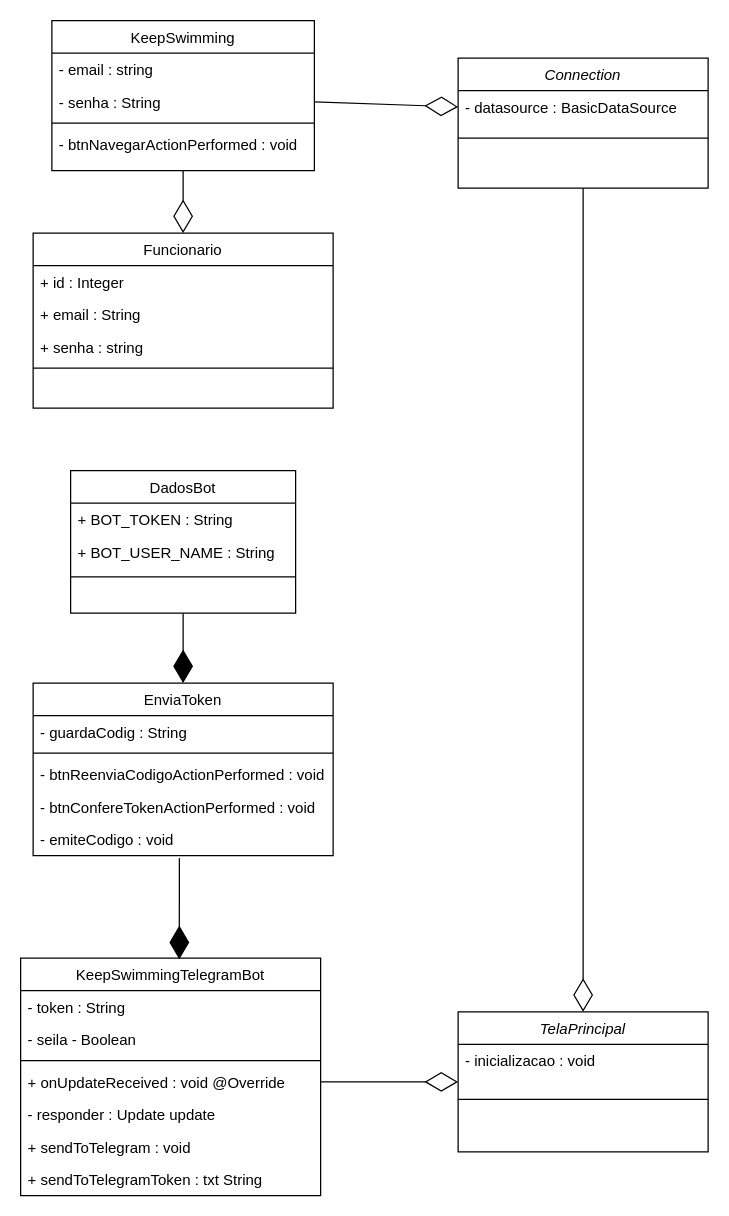
Above: documentaçao/keepSwimming.drawio in NetoOSantos/Keep-Swimming (draw.io), before the change. Source tidied: cells renumbered, new cells numbered last; positions are measured from the earlier drawing's top-left corner, leaving out a move shared by most shapes. Both pictures are drawn from the tidied source at 125%, with x=0, y=0 at pixel (20, 20).
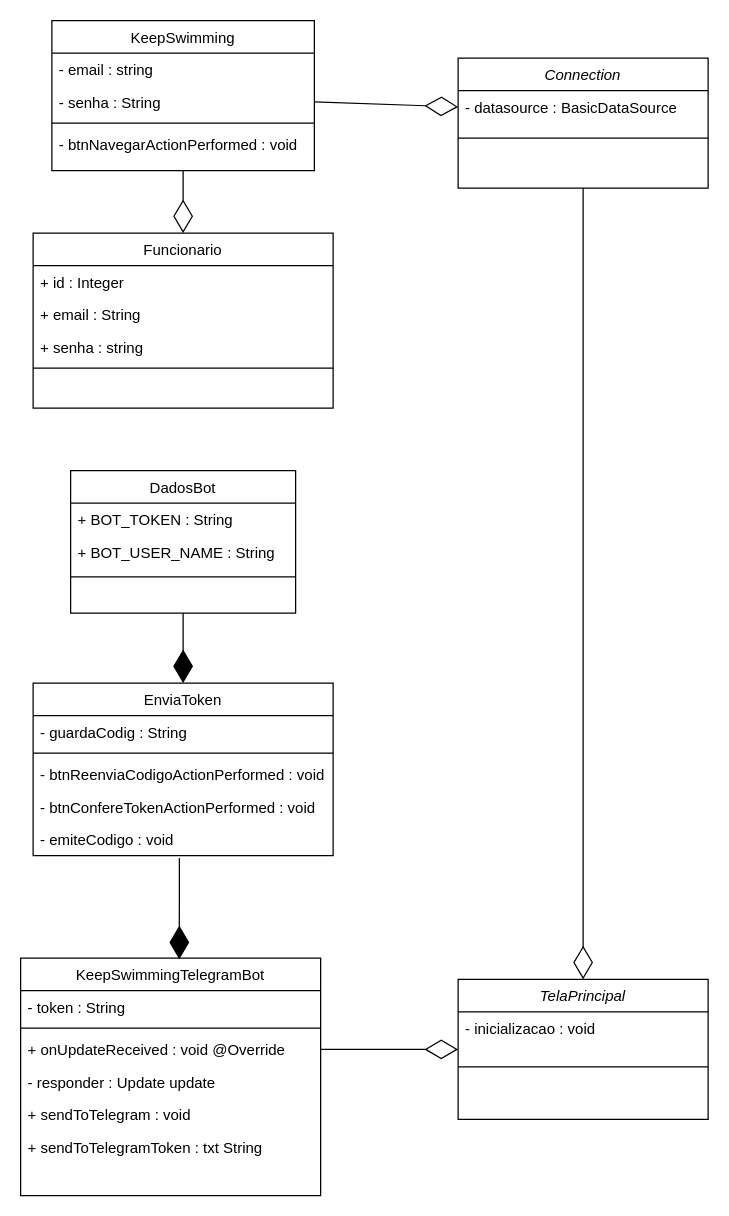
Above is the later version.

The change refers to these unchanged cells:
```xml
<mxCell id="25" value="KeepSwimmingTelegramBot" style="swimlane;fontStyle=0;align=center;verticalAlign=top;horizontal=1;startSize=26;rounded=0;shadow=0;strokeWidth=1;" parent="1" vertex="1">
  <mxGeometry y="750" width="240" height="190" as="geometry" />
</mxCell>
```

What changed in the source:
```diff
@@
-    <mxCell id="27" value="- seila - Boolean" style="text;align=left;verticalAlign=top;spacingLeft=4;spacingRight=4;overflow=hidden;" parent="25" vertex="1">
-      <mxGeometry y="52" width="240" height="26" as="geometry" />
-    </mxCell>
     <mxCell id="28" style="line;html=1;strokeWidth=1;align=left;verticalAlign=middle;spacingTop=-1;spacingLeft=3;spacingRight=3;labelPosition=right;" parent="25" vertex="1">
-      <mxGeometry y="78" width="240" height="8" as="geometry" />
+      <mxGeometry y="52" width="240" height="8" as="geometry" />
     </mxCell>
     <mxCell id="29" value="+ onUpdateReceived : void @Override" style="text;align=left;verticalAlign=top;spacingLeft=4;spacingRight=4;overflow=hidden;points=[[0,0.5],[1,0.5]];portConstraint=eastwest;" parent="25" vertex="1">
-      <mxGeometry y="86" width="240" height="26" as="geometry" />
+      <mxGeometry y="60" width="240" height="26" as="geometry" />
     </mxCell>
     <mxCell id="30" value="- responder : Update update" style="text;align=left;verticalAlign=top;spacingLeft=4;spacingRight=4;overflow=hidden;" parent="25" vertex="1">
-      <mxGeometry y="112" width="240" height="26" as="geometry" />
+      <mxGeometry y="86" width="240" height="26" as="geometry" />
     </mxCell>
     <mxCell id="31" value="+ sendToTelegram : void" style="text;align=left;verticalAlign=top;spacingLeft=4;spacingRight=4;overflow=hidden;" parent="25" vertex="1">
-      <mxGeometry y="138" width="240" height="26" as="geometry" />
+      <mxGeometry y="112" width="240" height="26" as="geometry" />
     </mxCell>
     <mxCell id="32" value="+ sendToTelegramToken : txt String" style="text;align=left;verticalAlign=top;spacingLeft=4;spacingRight=4;overflow=hidden;" parent="25" vertex="1">
-      <mxGeometry y="164" width="240" height="26" as="geometry" />
+      <mxGeometry y="138" width="240" height="26" as="geometry" />
     </mxCell>
     <mxCell id="33" value="TelaPrincipal" style="swimlane;fontStyle=2;align=center;verticalAlign=top;horizontal=1;startSize=26;rounded=0;shadow=0;strokeWidth=1;" parent="1" vertex="1">
-      <mxGeometry x="350" y="793" width="200" height="112" as="geometry" />
+      <mxGeometry x="350" y="767" width="200" height="112" as="geometry" />
     </mxCell>
```
